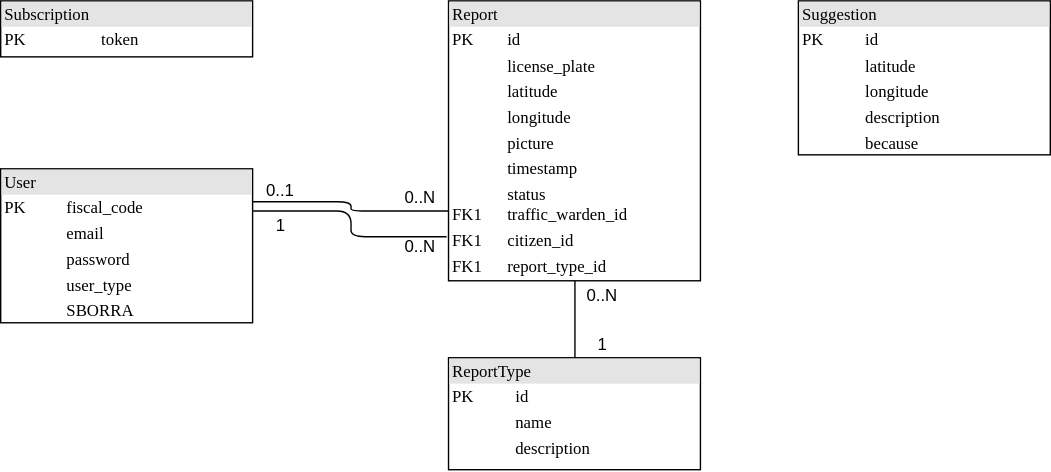
This is DD/images/database-diagram.svg from f3d0ss/CazzolaDotti-se2, a draw.io export, as it was before one commit. Source tidied: cells renumbered, new cells last; positions are measured from the earlier drawing's top-left corner, leaving out a move shared by most shapes.
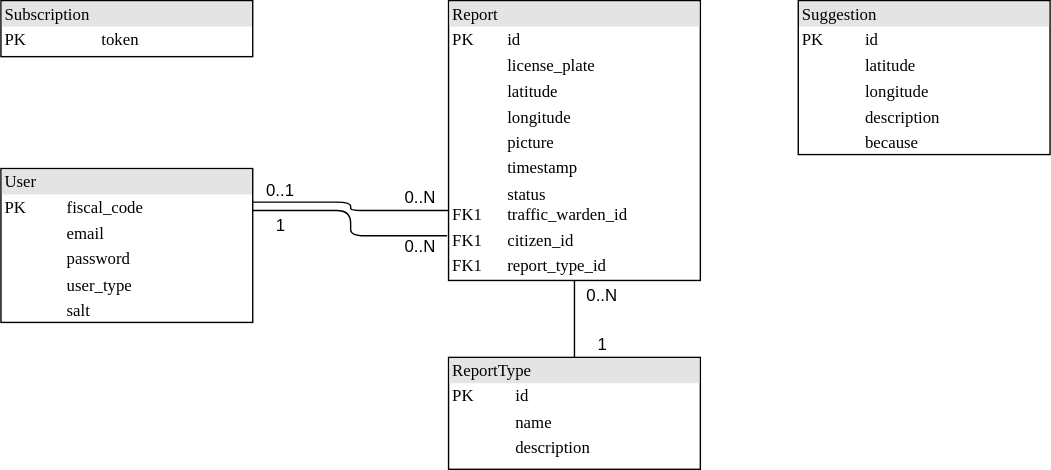
Above is the later version.

Diff of the diagram source:
```diff
@@ -10,7 +10,7 @@
         </Array>
       </mxGeometry>
     </mxCell>
-    <mxCell id="3" value="&lt;div style=&quot;box-sizing: border-box ; width: 100% ; background: #e4e4e4 ; padding: 2px&quot;&gt;User&lt;/div&gt;&lt;table style=&quot;width: 100% ; font-size: 1em&quot; cellpadding=&quot;2&quot; cellspacing=&quot;0&quot;&gt;&lt;tbody&gt;&lt;tr&gt;&lt;td&gt;PK&lt;/td&gt;&lt;td&gt;fiscal_code&lt;/td&gt;&lt;/tr&gt;&lt;tr&gt;&lt;td&gt;&lt;br&gt;&lt;/td&gt;&lt;td&gt;email&lt;/td&gt;&lt;/tr&gt;&lt;tr&gt;&lt;td&gt;&lt;/td&gt;&lt;td&gt;password&lt;/td&gt;&lt;/tr&gt;&lt;tr&gt;&lt;td&gt;&lt;br&gt;&lt;/td&gt;&lt;td&gt;user_type&lt;/td&gt;&lt;/tr&gt;&lt;tr&gt;&lt;td&gt;&lt;br&gt;&lt;/td&gt;&lt;td&gt;SBORRA&lt;br&gt;&lt;/td&gt;&lt;/tr&gt;&lt;tr&gt;&lt;td&gt;&lt;br&gt;&lt;/td&gt;&lt;td&gt;&lt;br&gt;&lt;/td&gt;&lt;/tr&gt;&lt;/tbody&gt;&lt;/table&gt;" style="verticalAlign=top;align=left;overflow=fill;html=1;rounded=0;shadow=0;comic=0;labelBackgroundColor=none;strokeWidth=1;fontFamily=Verdana;fontSize=12;" parent="1" vertex="1">
+    <mxCell id="3" value="&lt;div style=&quot;box-sizing: border-box ; width: 100% ; background: #e4e4e4 ; padding: 2px&quot;&gt;User&lt;/div&gt;&lt;table style=&quot;width: 100% ; font-size: 1em&quot; cellpadding=&quot;2&quot; cellspacing=&quot;0&quot;&gt;&lt;tbody&gt;&lt;tr&gt;&lt;td&gt;PK&lt;/td&gt;&lt;td&gt;fiscal_code&lt;/td&gt;&lt;/tr&gt;&lt;tr&gt;&lt;td&gt;&lt;br&gt;&lt;/td&gt;&lt;td&gt;email&lt;/td&gt;&lt;/tr&gt;&lt;tr&gt;&lt;td&gt;&lt;/td&gt;&lt;td&gt;password&lt;/td&gt;&lt;/tr&gt;&lt;tr&gt;&lt;td&gt;&lt;br&gt;&lt;/td&gt;&lt;td&gt;user_type&lt;/td&gt;&lt;/tr&gt;&lt;tr&gt;&lt;td&gt;&lt;br&gt;&lt;/td&gt;&lt;td&gt;salt&lt;/td&gt;&lt;/tr&gt;&lt;/tbody&gt;&lt;/table&gt;" style="verticalAlign=top;align=left;overflow=fill;html=1;rounded=0;shadow=0;comic=0;labelBackgroundColor=none;strokeWidth=1;fontFamily=Verdana;fontSize=12;" parent="1" vertex="1">
       <mxGeometry y="120" width="180" height="110" as="geometry" />
     </mxCell>
     <mxCell id="4" value="&lt;div style=&quot;box-sizing: border-box ; width: 100% ; background: #e4e4e4 ; padding: 2px&quot;&gt;ReportType&lt;/div&gt;&lt;table style=&quot;width: 100% ; font-size: 1em&quot; cellpadding=&quot;2&quot; cellspacing=&quot;0&quot;&gt;&lt;tbody&gt;&lt;tr&gt;&lt;td&gt;PK&lt;/td&gt;&lt;td&gt;id&lt;/td&gt;&lt;/tr&gt;&lt;tr&gt;&lt;td&gt;&lt;br&gt;&lt;/td&gt;&lt;td&gt;name&lt;/td&gt;&lt;/tr&gt;&lt;tr&gt;&lt;td&gt;&lt;/td&gt;&lt;td&gt;description&lt;/td&gt;&lt;/tr&gt;&lt;tr&gt;&lt;td&gt;&lt;/td&gt;&lt;td&gt;&lt;/td&gt;&lt;/tr&gt;&lt;/tbody&gt;&lt;/table&gt;" style="verticalAlign=top;align=left;overflow=fill;html=1;rounded=0;shadow=0;comic=0;labelBackgroundColor=none;strokeWidth=1;fontFamily=Verdana;fontSize=12;" parent="1" vertex="1">
```
